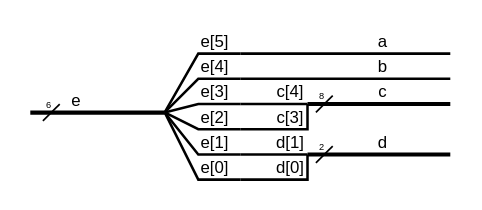
This is .pic/Basic Verilog structures/concatenation/fig_03.drawio.svg from MPSU/APS, a draw.io export, as it was before one commit. Source tidied: cells renumbered, new cells last; positions are measured from the earlier drawing's top-left corner, leaving out a move shared by most shapes.
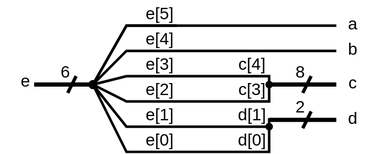
Later version of the same file.

Change to the diagram source:
```diff
@@ -2,205 +2,177 @@
   <root>
     <mxCell id="0" />
     <mxCell id="1" parent="0" />
-    <mxCell id="2" style="endArrow=none;html=1;rounded=0;strokeWidth=3;fontColor=#000000;strokeColor=#000000;" parent="1" edge="1">
-      <mxGeometry relative="1" as="geometry">
-        <mxPoint x="250" y="60" as="sourcePoint" />
-        <mxPoint x="500" y="60" as="targetPoint" />
-      </mxGeometry>
+    <mxCell id="2" value="&lt;font style=&quot;font-size: 20px;&quot;&gt;e[4]&lt;/font&gt;" style="text;html=1;strokeColor=none;fillColor=none;align=center;verticalAlign=middle;whiteSpace=wrap;rounded=0;fontColor=#000000;" parent="1" vertex="1">
+      <mxGeometry x="-230" y="120" width="60" height="30" as="geometry" />
     </mxCell>
-    <mxCell id="3" style="endArrow=none;html=1;rounded=0;strokeWidth=3;fontColor=#000000;strokeColor=#000000;" parent="1" edge="1">
-      <mxGeometry relative="1" as="geometry">
-        <mxPoint x="250" y="30" as="sourcePoint" />
-        <mxPoint x="500" y="30" as="targetPoint" />
-      </mxGeometry>
+    <mxCell id="3" value="&lt;font style=&quot;font-size: 20px;&quot;&gt;e[2]&lt;/font&gt;" style="text;html=1;strokeColor=none;fillColor=none;align=center;verticalAlign=middle;whiteSpace=wrap;rounded=0;fontColor=#000000;" parent="1" vertex="1">
+      <mxGeometry x="-230" y="180" width="60" height="30" as="geometry" />
     </mxCell>
-    <mxCell id="4" style="endArrow=none;html=1;rounded=0;strokeWidth=5;fontColor=#000000;strokeColor=#000000;" parent="1" edge="1">
-      <mxGeometry relative="1" as="geometry">
-        <mxPoint x="330" y="90" as="sourcePoint" />
-        <mxPoint x="500" y="90" as="targetPoint" />
-      </mxGeometry>
+    <mxCell id="4" value="&lt;font style=&quot;font-size: 20px;&quot;&gt;e[1]&lt;/font&gt;" style="text;html=1;strokeColor=none;fillColor=none;align=center;verticalAlign=middle;whiteSpace=wrap;rounded=0;fontColor=#000000;" parent="1" vertex="1">
+      <mxGeometry x="-230" y="210" width="60" height="30" as="geometry" />
     </mxCell>
-    <mxCell id="5" style="endArrow=none;html=1;rounded=0;strokeWidth=5;fontColor=#000000;strokeColor=#000000;" parent="1" edge="1">
-      <mxGeometry relative="1" as="geometry">
-        <mxPoint x="330" y="150.1" as="sourcePoint" />
-        <mxPoint x="500" y="150.1" as="targetPoint" />
-      </mxGeometry>
+    <mxCell id="5" value="&lt;font style=&quot;font-size: 20px;&quot;&gt;d[1]&lt;/font&gt;" style="text;html=1;strokeColor=none;fillColor=none;align=center;verticalAlign=middle;whiteSpace=wrap;rounded=0;fontColor=#000000;" parent="1" vertex="1">
+      <mxGeometry x="-120" y="210" width="60" height="30" as="geometry" />
     </mxCell>
-    <mxCell id="6" style="endArrow=none;html=1;rounded=0;strokeWidth=5;fontColor=#000000;strokeColor=#000000;" parent="1" edge="1">
-      <mxGeometry relative="1" as="geometry">
-        <mxPoint y="100.1" as="sourcePoint" />
-        <mxPoint x="160" y="100.1" as="targetPoint" />
-      </mxGeometry>
+    <mxCell id="6" value="&lt;font style=&quot;font-size: 20px;&quot;&gt;e[3]&lt;/font&gt;" style="text;html=1;strokeColor=none;fillColor=none;align=center;verticalAlign=middle;whiteSpace=wrap;rounded=0;fontColor=#000000;" parent="1" vertex="1">
+      <mxGeometry x="-230" y="150" width="60" height="30" as="geometry" />
     </mxCell>
-    <mxCell id="7" style="endArrow=none;html=1;rounded=0;fontColor=#000000;strokeColor=#000000;strokeWidth=2;" parent="1" edge="1">
-      <mxGeometry relative="1" as="geometry">
-        <mxPoint x="340" y="100" as="sourcePoint" />
-        <mxPoint x="360" y="80" as="targetPoint" />
-      </mxGeometry>
+    <mxCell id="7" value="&lt;font style=&quot;font-size: 20px;&quot;&gt;e[5]&lt;/font&gt;" style="text;html=1;strokeColor=none;fillColor=none;align=center;verticalAlign=middle;whiteSpace=wrap;rounded=0;fontColor=#000000;" parent="1" vertex="1">
+      <mxGeometry x="-230" y="90" width="60" height="30" as="geometry" />
     </mxCell>
-    <mxCell id="8" value="8" style="edgeLabel;html=1;align=center;verticalAlign=middle;labelBackgroundColor=none;fontColor=#000000;" parent="7" vertex="1">
-      <mxGeometry x="0.52" relative="1" as="geometry">
-        <mxPoint x="-8" y="-5" as="offset" />
-      </mxGeometry>
+    <mxCell id="8" value="&lt;font style=&quot;font-size: 20px;&quot;&gt;e[0]&lt;/font&gt;" style="text;html=1;strokeColor=none;fillColor=none;align=center;verticalAlign=middle;whiteSpace=wrap;rounded=0;fontColor=#000000;" parent="1" vertex="1">
+      <mxGeometry x="-230" y="240" width="60" height="30" as="geometry" />
     </mxCell>
-    <mxCell id="9" style="endArrow=none;html=1;rounded=0;fontColor=#000000;strokeColor=#000000;strokeWidth=2;" parent="1" edge="1">
+    <mxCell id="9" style="endArrow=none;html=1;rounded=0;strokeWidth=5;fontColor=#000000;strokeColor=#000000;endFill=0;" parent="1" edge="1">
       <mxGeometry relative="1" as="geometry">
-        <mxPoint x="340" y="160.1" as="sourcePoint" />
-        <mxPoint x="360" y="140.1" as="targetPoint" />
+        <mxPoint x="10" y="190" as="sourcePoint" />
+        <mxPoint x="-70" y="190" as="targetPoint" />
       </mxGeometry>
     </mxCell>
-    <mxCell id="10" value="2" style="edgeLabel;html=1;align=center;verticalAlign=middle;labelBackgroundColor=none;fontColor=#000000;" parent="9" vertex="1">
-      <mxGeometry x="0.52" relative="1" as="geometry">
-        <mxPoint x="-8" y="-5" as="offset" />
+    <mxCell id="10" style="endArrow=none;html=1;rounded=0;strokeWidth=5;fontColor=#000000;strokeColor=#000000;" parent="1" edge="1">
+      <mxGeometry relative="1" as="geometry">
+        <mxPoint x="10" y="232" as="sourcePoint" />
+        <mxPoint x="-70" y="232" as="targetPoint" />
       </mxGeometry>
     </mxCell>
-    <mxCell id="11" style="endArrow=none;html=1;rounded=0;fontColor=#000000;strokeColor=#000000;strokeWidth=2;" parent="1" edge="1">
+    <mxCell id="11" style="endArrow=none;html=1;rounded=0;fontColor=#000000;strokeColor=#000000;strokeWidth=4;" parent="1" edge="1">
       <mxGeometry relative="1" as="geometry">
-        <mxPoint x="15" y="110.1" as="sourcePoint" />
-        <mxPoint x="35" y="90.1" as="targetPoint" />
+        <mxPoint x="-30" y="200" as="sourcePoint" />
+        <mxPoint x="-20" y="180" as="targetPoint" />
       </mxGeometry>
     </mxCell>
-    <mxCell id="12" value="6" style="edgeLabel;html=1;align=center;verticalAlign=middle;labelBackgroundColor=none;fontColor=#000000;" parent="11" vertex="1">
+    <mxCell id="12" value="&lt;font style=&quot;font-size: 20px;&quot;&gt;8&lt;/font&gt;" style="edgeLabel;html=1;align=center;verticalAlign=middle;labelBackgroundColor=none;fontColor=#000000;fontSize=12;" parent="11" vertex="1">
       <mxGeometry x="0.52" relative="1" as="geometry">
-        <mxPoint x="-8" y="-5" as="offset" />
+        <mxPoint x="-11" y="-11" as="offset" />
       </mxGeometry>
     </mxCell>
-    <mxCell id="13" value="&lt;font style=&quot;font-size: 20px;&quot;&gt;a&lt;/font&gt;" style="text;html=1;strokeColor=none;fillColor=none;align=center;verticalAlign=middle;whiteSpace=wrap;rounded=0;fontColor=#000000;" parent="1" vertex="1">
-      <mxGeometry x="390" width="60" height="30" as="geometry" />
+    <mxCell id="13" style="endArrow=none;html=1;rounded=0;fontColor=#000000;strokeColor=#000000;strokeWidth=4;" parent="1" edge="1">
+      <mxGeometry relative="1" as="geometry">
+        <mxPoint x="-30" y="242" as="sourcePoint" />
+        <mxPoint x="-20" y="222" as="targetPoint" />
+      </mxGeometry>
     </mxCell>
-    <mxCell id="14" value="&lt;font style=&quot;font-size: 20px;&quot;&gt;b&lt;/font&gt;" style="text;html=1;strokeColor=none;fillColor=none;align=center;verticalAlign=middle;whiteSpace=wrap;rounded=0;fontColor=#000000;" parent="1" vertex="1">
-      <mxGeometry x="390" y="30" width="60" height="30" as="geometry" />
+    <mxCell id="14" value="&lt;font style=&quot;font-size: 20px;&quot;&gt;2&lt;/font&gt;" style="edgeLabel;html=1;align=center;verticalAlign=middle;labelBackgroundColor=none;fontColor=#000000;" parent="13" vertex="1">
+      <mxGeometry x="0.52" relative="1" as="geometry">
+        <mxPoint x="-11" y="-11" as="offset" />
+      </mxGeometry>
     </mxCell>
-    <mxCell id="15" value="&lt;font style=&quot;font-size: 20px;&quot;&gt;c&lt;br&gt;&lt;/font&gt;" style="text;html=1;strokeColor=none;fillColor=none;align=center;verticalAlign=middle;whiteSpace=wrap;rounded=0;fontColor=#000000;" parent="1" vertex="1">
-      <mxGeometry x="390" y="60" width="60" height="30" as="geometry" />
+    <mxCell id="15" value="&lt;font style=&quot;font-size: 20px;&quot;&gt;a&lt;/font&gt;" style="text;html=1;strokeColor=none;fillColor=none;align=center;verticalAlign=middle;whiteSpace=wrap;rounded=0;fontColor=#000000;" parent="1" vertex="1">
+      <mxGeometry y="102" width="60" height="30" as="geometry" />
     </mxCell>
-    <mxCell id="16" value="&lt;font style=&quot;font-size: 20px;&quot;&gt;d&lt;/font&gt;" style="text;html=1;strokeColor=none;fillColor=none;align=center;verticalAlign=middle;whiteSpace=wrap;rounded=0;fontColor=#000000;" parent="1" vertex="1">
-      <mxGeometry x="390" y="120" width="60" height="30" as="geometry" />
+    <mxCell id="16" value="&lt;font style=&quot;font-size: 20px;&quot;&gt;b&lt;/font&gt;" style="text;html=1;strokeColor=none;fillColor=none;align=center;verticalAlign=middle;whiteSpace=wrap;rounded=0;fontColor=#000000;" parent="1" vertex="1">
+      <mxGeometry y="132" width="60" height="30" as="geometry" />
     </mxCell>
-    <mxCell id="17" value="&lt;font style=&quot;font-size: 20px;&quot;&gt;e&lt;/font&gt;" style="text;html=1;strokeColor=none;fillColor=none;align=center;verticalAlign=middle;whiteSpace=wrap;rounded=0;fontColor=#000000;" parent="1" vertex="1">
-      <mxGeometry x="25" y="70" width="60" height="30" as="geometry" />
+    <mxCell id="17" value="&lt;font style=&quot;font-size: 20px;&quot;&gt;c&lt;br&gt;&lt;/font&gt;" style="text;html=1;strokeColor=none;fillColor=none;align=center;verticalAlign=middle;whiteSpace=wrap;rounded=0;fontColor=#000000;" parent="1" vertex="1">
+      <mxGeometry y="172" width="60" height="30" as="geometry" />
     </mxCell>
-    <mxCell id="18" style="endArrow=none;html=1;rounded=0;strokeWidth=3;fontColor=#000000;strokeColor=#000000;" parent="1" edge="1">
-      <mxGeometry relative="1" as="geometry">
-        <mxPoint x="250" y="90" as="sourcePoint" />
-        <mxPoint x="330" y="90" as="targetPoint" />
-        <Array as="points">
-          <mxPoint x="330" y="90" />
-        </Array>
-      </mxGeometry>
+    <mxCell id="18" value="&lt;font style=&quot;font-size: 20px;&quot;&gt;d&lt;/font&gt;" style="text;html=1;strokeColor=none;fillColor=none;align=center;verticalAlign=middle;whiteSpace=wrap;rounded=0;fontColor=#000000;" parent="1" vertex="1">
+      <mxGeometry y="214" width="60" height="30" as="geometry" />
     </mxCell>
-    <mxCell id="19" style="endArrow=none;html=1;rounded=0;strokeWidth=3;fontColor=#000000;strokeColor=#000000;" parent="1" edge="1">
-      <mxGeometry relative="1" as="geometry">
-        <mxPoint x="250" y="180" as="sourcePoint" />
-        <mxPoint x="330" y="150" as="targetPoint" />
-        <Array as="points">
-          <mxPoint x="330" y="180" />
-        </Array>
-      </mxGeometry>
+    <mxCell id="19" value="&lt;font style=&quot;font-size: 20px;&quot;&gt;e&lt;/font&gt;" style="text;html=1;strokeColor=none;fillColor=none;align=center;verticalAlign=middle;whiteSpace=wrap;rounded=0;fontColor=#000000;" parent="1" vertex="1">
+      <mxGeometry x="-390" y="170" width="60" height="30" as="geometry" />
     </mxCell>
-    <mxCell id="20" value="&lt;font style=&quot;font-size: 20px;&quot;&gt;e[5]&lt;/font&gt;" style="text;html=1;strokeColor=none;fillColor=none;align=center;verticalAlign=middle;whiteSpace=wrap;rounded=0;fontColor=#000000;" parent="1" vertex="1">
-      <mxGeometry x="190" width="60" height="30" as="geometry" />
+    <mxCell id="20" value="&lt;font style=&quot;font-size: 20px;&quot;&gt;c[4]&lt;br&gt;&lt;/font&gt;" style="text;html=1;strokeColor=none;fillColor=none;align=center;verticalAlign=middle;whiteSpace=wrap;rounded=0;fontColor=#000000;" parent="1" vertex="1">
+      <mxGeometry x="-120" y="150" width="60" height="30" as="geometry" />
     </mxCell>
-    <mxCell id="21" value="&lt;font style=&quot;font-size: 20px;&quot;&gt;e[4]&lt;/font&gt;" style="text;html=1;strokeColor=none;fillColor=none;align=center;verticalAlign=middle;whiteSpace=wrap;rounded=0;fontColor=#000000;" parent="1" vertex="1">
-      <mxGeometry x="190" y="30" width="60" height="30" as="geometry" />
+    <mxCell id="21" value="&lt;font style=&quot;font-size: 20px;&quot;&gt;c[3]&lt;br&gt;&lt;/font&gt;" style="text;html=1;strokeColor=none;fillColor=none;align=center;verticalAlign=middle;whiteSpace=wrap;rounded=0;fontColor=#000000;" parent="1" vertex="1">
+      <mxGeometry x="-120" y="180" width="60" height="30" as="geometry" />
     </mxCell>
-    <mxCell id="22" value="&lt;font style=&quot;font-size: 20px;&quot;&gt;e[3]&lt;/font&gt;" style="text;html=1;strokeColor=none;fillColor=none;align=center;verticalAlign=middle;whiteSpace=wrap;rounded=0;fontColor=#000000;" parent="1" vertex="1">
-      <mxGeometry x="190" y="60" width="60" height="30" as="geometry" />
+    <mxCell id="22" value="&lt;font style=&quot;font-size: 20px;&quot;&gt;d[0]&lt;/font&gt;" style="text;html=1;strokeColor=none;fillColor=none;align=center;verticalAlign=middle;whiteSpace=wrap;rounded=0;fontColor=#000000;" parent="1" vertex="1">
+      <mxGeometry x="-120" y="240" width="60" height="30" as="geometry" />
     </mxCell>
-    <mxCell id="23" style="endArrow=none;html=1;rounded=0;strokeWidth=3;fontColor=#000000;strokeColor=#000000;" parent="1" edge="1">
+    <mxCell id="23" style="endArrow=none;html=1;rounded=0;strokeWidth=3;fontColor=#000000;strokeColor=#4D4D4D;" parent="1" edge="1">
       <mxGeometry relative="1" as="geometry">
-        <mxPoint x="250" y="120" as="sourcePoint" />
-        <mxPoint x="330" y="90" as="targetPoint" />
+        <mxPoint x="-180" y="120" as="sourcePoint" />
+        <mxPoint x="-280" y="190" as="targetPoint" />
         <Array as="points">
-          <mxPoint x="330" y="120" />
+          <mxPoint x="-240" y="120" />
         </Array>
       </mxGeometry>
     </mxCell>
-    <mxCell id="24" value="&lt;font style=&quot;font-size: 20px;&quot;&gt;e[2]&lt;/font&gt;" style="text;html=1;strokeColor=none;fillColor=none;align=center;verticalAlign=middle;whiteSpace=wrap;rounded=0;fontColor=#000000;" parent="1" vertex="1">
-      <mxGeometry x="190" y="90" width="60" height="30" as="geometry" />
+    <mxCell id="24" style="endArrow=none;html=1;rounded=0;strokeWidth=3;fontColor=#000000;strokeColor=#4D4D4D;" parent="1" edge="1">
+      <mxGeometry relative="1" as="geometry">
+        <mxPoint x="-180" y="120" as="sourcePoint" />
+        <mxPoint x="-280" y="190" as="targetPoint" />
+        <Array as="points">
+          <mxPoint x="-240" y="120" />
+        </Array>
+      </mxGeometry>
     </mxCell>
-    <mxCell id="25" style="endArrow=none;html=1;rounded=0;strokeWidth=3;fontColor=#000000;strokeColor=#000000;" parent="1" edge="1">
+    <mxCell id="25" style="endArrow=none;html=1;rounded=0;strokeWidth=5;fontColor=#000000;strokeColor=#000000;startArrow=oval;startFill=1;" parent="1" edge="1">
       <mxGeometry relative="1" as="geometry">
-        <mxPoint x="250" y="150" as="sourcePoint" />
-        <mxPoint x="330" y="150" as="targetPoint" />
-        <Array as="points">
-          <mxPoint x="330" y="150" />
-        </Array>
+        <mxPoint x="-280" y="190" as="sourcePoint" />
+        <mxPoint x="-350" y="190" as="targetPoint" />
       </mxGeometry>
     </mxCell>
-    <mxCell id="26" value="&lt;font style=&quot;font-size: 20px;&quot;&gt;e[1]&lt;/font&gt;" style="text;html=1;strokeColor=none;fillColor=none;align=center;verticalAlign=middle;whiteSpace=wrap;rounded=0;fontColor=#000000;" parent="1" vertex="1">
-      <mxGeometry x="190" y="120" width="60" height="30" as="geometry" />
+    <mxCell id="26" style="endArrow=none;html=1;rounded=0;strokeWidth=3;fontColor=#000000;strokeColor=#000000;" parent="1" edge="1">
+      <mxGeometry relative="1" as="geometry">
+        <mxPoint x="-70" y="230" as="sourcePoint" />
+        <mxPoint x="-280" y="190" as="targetPoint" />
+        <Array as="points">
+          <mxPoint x="-70" y="270" />
+          <mxPoint x="-240" y="270" />
+        </Array>
+      </mxGeometry>
     </mxCell>
-    <mxCell id="27" value="&lt;font style=&quot;font-size: 20px;&quot;&gt;e[0]&lt;/font&gt;" style="text;html=1;strokeColor=none;fillColor=none;align=center;verticalAlign=middle;whiteSpace=wrap;rounded=0;fontColor=#000000;" parent="1" vertex="1">
-      <mxGeometry x="190" y="150" width="60" height="30" as="geometry" />
+    <mxCell id="27" style="endArrow=none;html=1;rounded=0;strokeWidth=3;fontColor=#000000;strokeColor=#000000;startArrow=oval;startFill=1;" parent="1" edge="1">
+      <mxGeometry relative="1" as="geometry">
+        <mxPoint x="-70" y="240" as="sourcePoint" />
+        <mxPoint x="-280" y="190" as="targetPoint" />
+        <Array as="points">
+          <mxPoint x="-240" y="240" />
+        </Array>
+      </mxGeometry>
     </mxCell>
-    <mxCell id="28" value="&lt;font style=&quot;font-size: 20px;&quot;&gt;c[4]&lt;br&gt;&lt;/font&gt;" style="text;html=1;strokeColor=none;fillColor=none;align=center;verticalAlign=middle;whiteSpace=wrap;rounded=0;fontColor=#000000;" parent="1" vertex="1">
-      <mxGeometry x="280" y="60" width="60" height="30" as="geometry" />
+    <mxCell id="28" style="endArrow=none;html=1;rounded=0;strokeWidth=3;fontColor=#000000;strokeColor=#000000;" parent="1" edge="1">
+      <mxGeometry relative="1" as="geometry">
+        <mxPoint x="-70" y="190" as="sourcePoint" />
+        <mxPoint x="-280" y="190" as="targetPoint" />
+        <Array as="points">
+          <mxPoint x="-70" y="210" />
+          <mxPoint x="-240" y="210" />
+        </Array>
+      </mxGeometry>
     </mxCell>
-    <mxCell id="29" value="&lt;font style=&quot;font-size: 20px;&quot;&gt;c[3]&lt;br&gt;&lt;/font&gt;" style="text;html=1;strokeColor=none;fillColor=none;align=center;verticalAlign=middle;whiteSpace=wrap;rounded=0;fontColor=#000000;" parent="1" vertex="1">
-      <mxGeometry x="280" y="90" width="60" height="30" as="geometry" />
+    <mxCell id="29" style="endArrow=none;html=1;rounded=0;strokeWidth=3;fontColor=#000000;strokeColor=#000000;endFill=0;startArrow=oval;startFill=1;" parent="1" edge="1">
+      <mxGeometry relative="1" as="geometry">
+        <mxPoint x="-70" y="190" as="sourcePoint" />
+        <mxPoint x="-280" y="190" as="targetPoint" />
+        <Array as="points">
+          <mxPoint x="-70" y="180" />
+          <mxPoint x="-140" y="180" />
+          <mxPoint x="-240" y="180" />
+        </Array>
+      </mxGeometry>
     </mxCell>
-    <mxCell id="30" value="&lt;font style=&quot;font-size: 20px;&quot;&gt;d[1]&lt;/font&gt;" style="text;html=1;strokeColor=none;fillColor=none;align=center;verticalAlign=middle;whiteSpace=wrap;rounded=0;fontColor=#000000;" parent="1" vertex="1">
-      <mxGeometry x="280" y="120" width="60" height="30" as="geometry" />
+    <mxCell id="30" style="endArrow=none;html=1;rounded=0;strokeWidth=3;fontColor=#000000;strokeColor=#000000;" parent="1" edge="1">
+      <mxGeometry relative="1" as="geometry">
+        <mxPoint x="10" y="150" as="sourcePoint" />
+        <mxPoint x="-280" y="190" as="targetPoint" />
+        <Array as="points">
+          <mxPoint x="-240" y="150" />
+        </Array>
+      </mxGeometry>
     </mxCell>
-    <mxCell id="31" value="&lt;font style=&quot;font-size: 20px;&quot;&gt;d[0]&lt;/font&gt;" style="text;html=1;strokeColor=none;fillColor=none;align=center;verticalAlign=middle;whiteSpace=wrap;rounded=0;fontColor=#000000;" parent="1" vertex="1">
-      <mxGeometry x="280" y="150" width="60" height="30" as="geometry" />
+    <mxCell id="31" style="endArrow=none;html=1;rounded=0;strokeWidth=3;fontColor=#000000;strokeColor=#000000;" parent="1" edge="1">
+      <mxGeometry relative="1" as="geometry">
+        <mxPoint x="10" y="120" as="sourcePoint" />
+        <mxPoint x="-280" y="190" as="targetPoint" />
+        <Array as="points">
+          <mxPoint x="-240" y="120" />
+        </Array>
+      </mxGeometry>
     </mxCell>
-    <mxCell id="32" style="endArrow=none;html=1;rounded=0;strokeWidth=3;fontColor=#000000;strokeColor=#000000;" parent="1" edge="1">
+    <mxCell id="32" style="endArrow=none;html=1;rounded=0;fontColor=#000000;strokeColor=#000000;strokeWidth=4;" parent="1" edge="1">
       <mxGeometry relative="1" as="geometry">
-        <mxPoint x="160" y="100" as="sourcePoint" />
-        <mxPoint x="250" y="30" as="targetPoint" />
-        <Array as="points">
-          <mxPoint x="200" y="30" />
-        </Array>
+        <mxPoint x="-310" y="200" as="sourcePoint" />
+        <mxPoint x="-300" y="180" as="targetPoint" />
       </mxGeometry>
     </mxCell>
-    <mxCell id="33" style="endArrow=none;html=1;rounded=0;strokeWidth=3;fontColor=#000000;strokeColor=#000000;" parent="1" edge="1">
-      <mxGeometry relative="1" as="geometry">
-        <mxPoint x="160" y="100" as="sourcePoint" />
-        <mxPoint x="250" y="150" as="targetPoint" />
-        <Array as="points">
-          <mxPoint x="200" y="150" />
-          <mxPoint x="250" y="150" />
-        </Array>
+    <mxCell id="33" value="&lt;font style=&quot;font-size: 20px;&quot;&gt;6&lt;/font&gt;" style="edgeLabel;html=1;align=center;verticalAlign=middle;labelBackgroundColor=none;fontColor=#000000;" parent="32" vertex="1">
+      <mxGeometry x="0.52" relative="1" as="geometry">
+        <mxPoint x="-11" y="-11" as="offset" />
       </mxGeometry>
     </mxCell>
-    <mxCell id="34" style="endArrow=none;html=1;rounded=0;strokeWidth=3;fontColor=#000000;strokeColor=#000000;" parent="1" edge="1">
-      <mxGeometry relative="1" as="geometry">
-        <mxPoint x="160" y="100" as="sourcePoint" />
-        <mxPoint x="250" y="60" as="targetPoint" />
-        <Array as="points">
-          <mxPoint x="200" y="60" />
-        </Array>
-      </mxGeometry>
-    </mxCell>
-    <mxCell id="35" style="endArrow=none;html=1;rounded=0;strokeWidth=3;fontColor=#000000;strokeColor=#000000;" parent="1" edge="1">
-      <mxGeometry relative="1" as="geometry">
-        <mxPoint x="160" y="100" as="sourcePoint" />
-        <mxPoint x="250" y="90" as="targetPoint" />
-        <Array as="points">
-          <mxPoint x="200" y="90" />
-        </Array>
-      </mxGeometry>
-    </mxCell>
-    <mxCell id="36" style="endArrow=none;html=1;rounded=0;strokeWidth=3;fontColor=#000000;strokeColor=#000000;" parent="1" edge="1">
-      <mxGeometry relative="1" as="geometry">
-        <mxPoint x="160" y="100" as="sourcePoint" />
-        <mxPoint x="250" y="120" as="targetPoint" />
-        <Array as="points">
-          <mxPoint x="200" y="120" />
-          <mxPoint x="250" y="120" />
-        </Array>
-      </mxGeometry>
-    </mxCell>
-    <mxCell id="37" style="endArrow=none;html=1;rounded=0;strokeWidth=3;fontColor=#000000;strokeColor=#000000;" parent="1" edge="1">
-      <mxGeometry relative="1" as="geometry">
-        <mxPoint x="160" y="100" as="sourcePoint" />
-        <mxPoint x="250" y="180" as="targetPoint" />
-        <Array as="points">
-          <mxPoint x="200" y="180" />
-        </Array>
-      </mxGeometry>
-    </mxCell>
   </root>
 </mxGraphModel>
```
